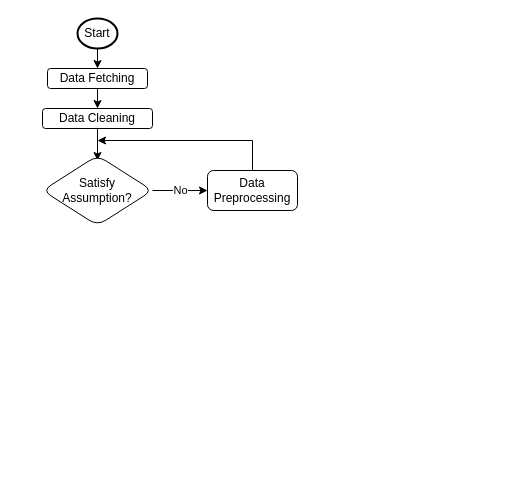
Before: figures/Untitled Diagram.drawio in zzp1012/tesla-stock-prediction, a draw.io diagram. Source tidied: cells renumbered, new cells numbered last; positions are measured from the earlier drawing's top-left corner, leaving out a move shared by most shapes. Both pictures are drawn from the tidied source at 100%, with x=0, y=0 at pixel (42, 18).
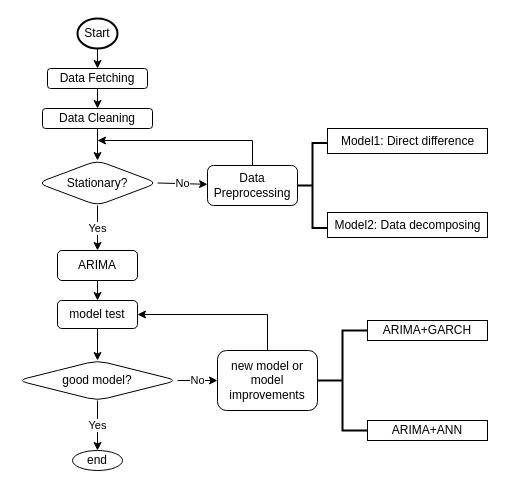
The same page after the edit.

Change to the diagram source:
```diff
@@
-    <mxCell id="8" value="Satisfy Assumption?" style="rhombus;whiteSpace=wrap;html=1;rounded=1;shadow=0;strokeWidth=1;glass=0;" parent="1" vertex="1">
-      <mxGeometry y="137" width="110" height="70" as="geometry" />
+    <mxCell id="8" value="Stationary?" style="rhombus;whiteSpace=wrap;html=1;rounded=1;shadow=0;strokeWidth=1;glass=0;" parent="1" vertex="1">
+      <mxGeometry x="-5" y="142" width="120" height="45" as="geometry" />
     </mxCell>
@@
     <mxCell id="10" value="Data Preprocessing" style="whiteSpace=wrap;html=1;rounded=1;shadow=0;strokeWidth=1;glass=0;" parent="1" vertex="1">
-      <mxGeometry x="165" y="152" width="90" height="40" as="geometry" />
+      <mxGeometry x="165" y="147" width="90" height="40" as="geometry" />
     </mxCell>
-    <mxCell id="11" value="No" style="edgeStyle=none;rounded=0;jettySize=auto;html=1;" parent="1" edge="1" source="8" target="10">
+    <mxCell id="11" value="No" style="edgeStyle=none;rounded=0;jettySize=auto;html=1;exitX=1;exitY=0.5;exitDx=0;exitDy=0;" parent="1" edge="1" source="8" target="10">
       <mxGeometry relative="1" as="geometry" />
     </mxCell>
+    <mxCell id="12" style="edgeStyle=none;rounded=0;jettySize=auto;html=1;" parent="1" edge="1" source="13" target="16">
+      <mxGeometry relative="1" as="geometry" />
+    </mxCell>
+    <mxCell id="13" value="ARIMA" style="whiteSpace=wrap;html=1;rounded=1;shadow=0;strokeWidth=1;glass=0;" parent="1" vertex="1">
+      <mxGeometry x="15" y="232" width="80" height="30" as="geometry" />
+    </mxCell>
+    <mxCell id="14" value="Yes" style="edgeStyle=none;rounded=0;jettySize=auto;html=1;" parent="1" edge="1" source="8" target="13">
+      <mxGeometry relative="1" as="geometry" />
+    </mxCell>
+    <mxCell id="15" style="edgeStyle=none;rounded=0;jettySize=auto;html=1;" parent="1" edge="1" source="16" target="17">
+      <mxGeometry relative="1" as="geometry" />
+    </mxCell>
+    <mxCell id="16" value="model test" style="whiteSpace=wrap;html=1;rounded=1;shadow=0;strokeWidth=1;glass=0;" parent="1" vertex="1">
+      <mxGeometry x="15" y="282" width="80" height="28" as="geometry" />
+    </mxCell>
+    <mxCell id="17" value="good model?" style="rhombus;whiteSpace=wrap;html=1;rounded=1;shadow=0;strokeWidth=1;glass=0;" parent="1" vertex="1">
+      <mxGeometry x="-25" y="342" width="160" height="40" as="geometry" />
+    </mxCell>
+    <mxCell id="18" style="edgeStyle=none;rounded=0;jettySize=auto;html=1;exitX=0.5;exitY=0;exitDx=0;exitDy=0;entryX=1;entryY=0.5;entryDx=0;entryDy=0;" parent="1" edge="1" source="19" target="16">
+      <mxGeometry relative="1" as="geometry">
+        <Array as="points">
+          <mxPoint x="225" y="296" />
+        </Array>
+      </mxGeometry>
+    </mxCell>
+    <mxCell id="19" value="new model or model improvements" style="whiteSpace=wrap;html=1;rounded=1;shadow=0;strokeWidth=1;glass=0;" parent="1" vertex="1">
+      <mxGeometry x="175" y="332" width="100" height="60" as="geometry" />
+    </mxCell>
+    <mxCell id="20" value="No" style="edgeStyle=none;rounded=0;jettySize=auto;html=1;" parent="1" edge="1" source="17" target="19">
+      <mxGeometry relative="1" as="geometry" />
+    </mxCell>
+    <mxCell id="21" value="end" style="ellipse;whiteSpace=wrap;html=1;rounded=1;shadow=0;strokeWidth=1;glass=0;" parent="1" vertex="1">
+      <mxGeometry x="30" y="432" width="50" height="20" as="geometry" />
+    </mxCell>
+    <mxCell id="22" value="Yes" style="edgeStyle=none;rounded=0;jettySize=auto;html=1;" parent="1" edge="1" source="17" target="21">
+      <mxGeometry relative="1" as="geometry" />
+    </mxCell>
+    <mxCell id="23" style="strokeWidth=2;html=1;shape=mxgraph.flowchart.annotation_2;align=left;labelPosition=right;" parent="1" vertex="1">
+      <mxGeometry x="255" y="124.5" width="30" height="85" as="geometry" />
+    </mxCell>
+    <mxCell id="24" value="Model1: Direct difference" style="html=1;" parent="1" vertex="1">
+      <mxGeometry x="285" y="110" width="160" height="25" as="geometry" />
+    </mxCell>
+    <mxCell id="25" value="Model2: Data decomposing" style="html=1;" parent="1" vertex="1">
+      <mxGeometry x="285" y="194" width="160" height="25" as="geometry" />
+    </mxCell>
+    <mxCell id="26" style="edgeStyle=none;rounded=0;orthogonalLoop=1;jettySize=auto;html=1;exitX=0.25;exitY=0;exitDx=0;exitDy=0;" parent="1" edge="1" source="25" target="25">
+      <mxGeometry relative="1" as="geometry" />
+    </mxCell>
+    <mxCell id="27" style="strokeWidth=2;html=1;shape=mxgraph.flowchart.annotation_2;align=left;labelPosition=right;" parent="1" vertex="1">
+      <mxGeometry x="275" y="312" width="50" height="100" as="geometry" />
+    </mxCell>
+    <mxCell id="28" value="ARIMA+GARCH" style="whiteSpace=wrap;html=1;align=center;" parent="1" vertex="1">
+      <mxGeometry x="325" y="302" width="120" height="20" as="geometry" />
+    </mxCell>
+    <mxCell id="29" value="ARIMA+ANN" style="whiteSpace=wrap;html=1;align=center;" parent="1" vertex="1">
+      <mxGeometry x="325" y="402" width="120" height="20" as="geometry" />
+    </mxCell>
```
